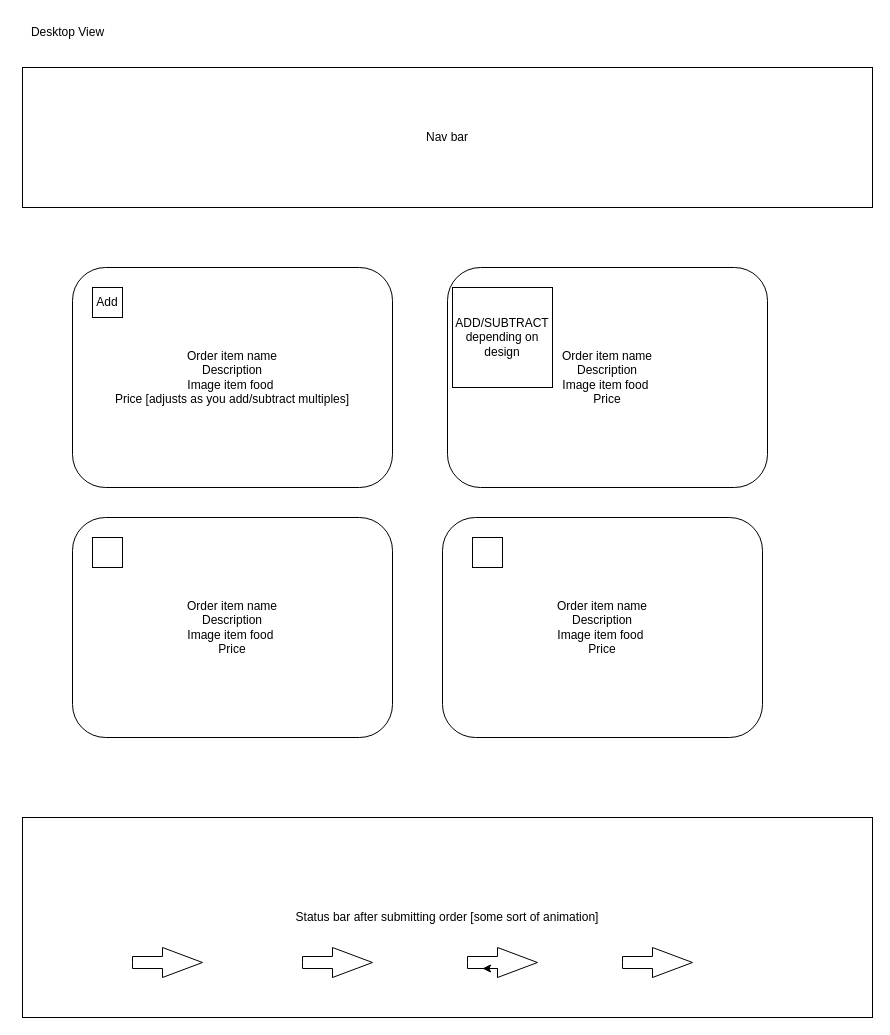
The draw.io diagram Wireframe-desktop-user-postsubmit.drawio in nickidells97/Food-Pick-Up-App, before the edit. Source tidied: cells renumbered, new cells numbered last; positions are measured from the earlier drawing's top-left corner, leaving out a move shared by most shapes. Both pictures are drawn from the tidied source at 100%, with x=0, y=0 at pixel (17, 17).
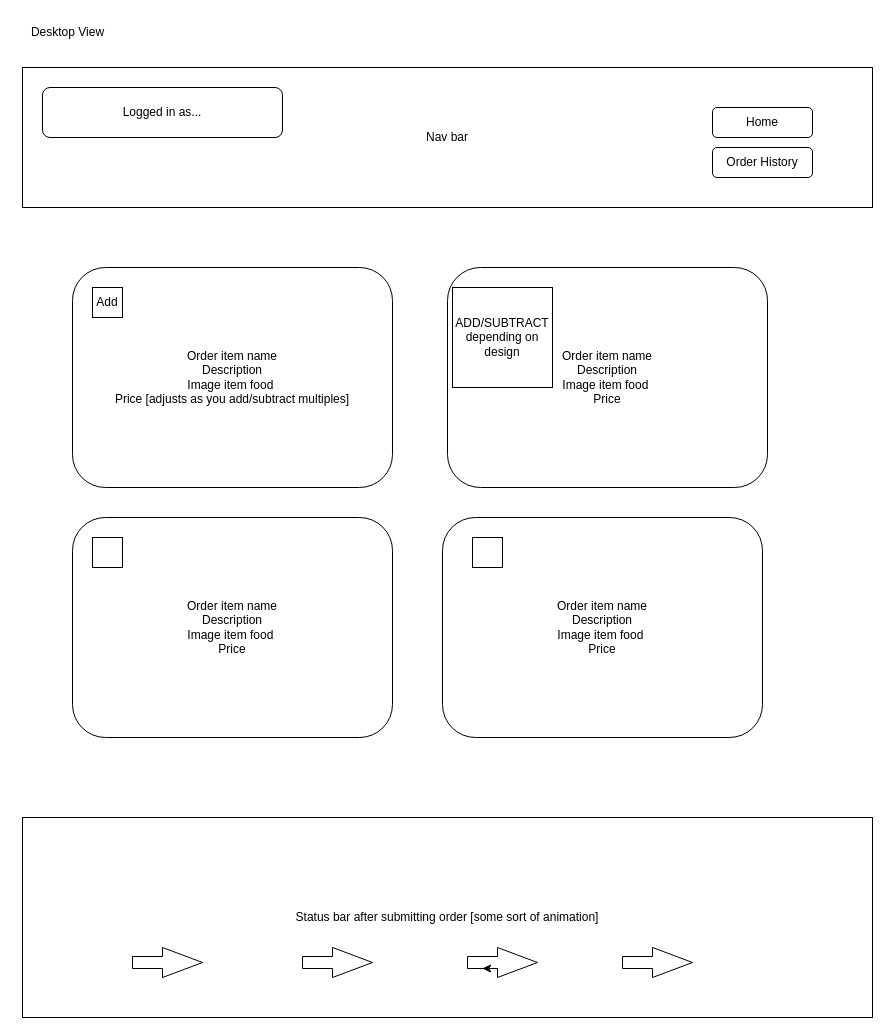
The same page after the edit.

Commit message (it also covers changes not shown here):
wireframe restaurant order update

Diff of the diagram source:
```diff
@@
+    <mxCell id="18" value="Home" style="rounded=1;whiteSpace=wrap;html=1;" parent="1" vertex="1">
+      <mxGeometry x="695" y="90" width="100" height="30" as="geometry" />
+    </mxCell>
+    <mxCell id="19" value="Order History" style="rounded=1;whiteSpace=wrap;html=1;" parent="1" vertex="1">
+      <mxGeometry x="695" y="130" width="100" height="30" as="geometry" />
+    </mxCell>
+    <mxCell id="20" value="Logged in as..." style="rounded=1;whiteSpace=wrap;html=1;" parent="1" vertex="1">
+      <mxGeometry x="25" y="70" width="240" height="50" as="geometry" />
+    </mxCell>
```
